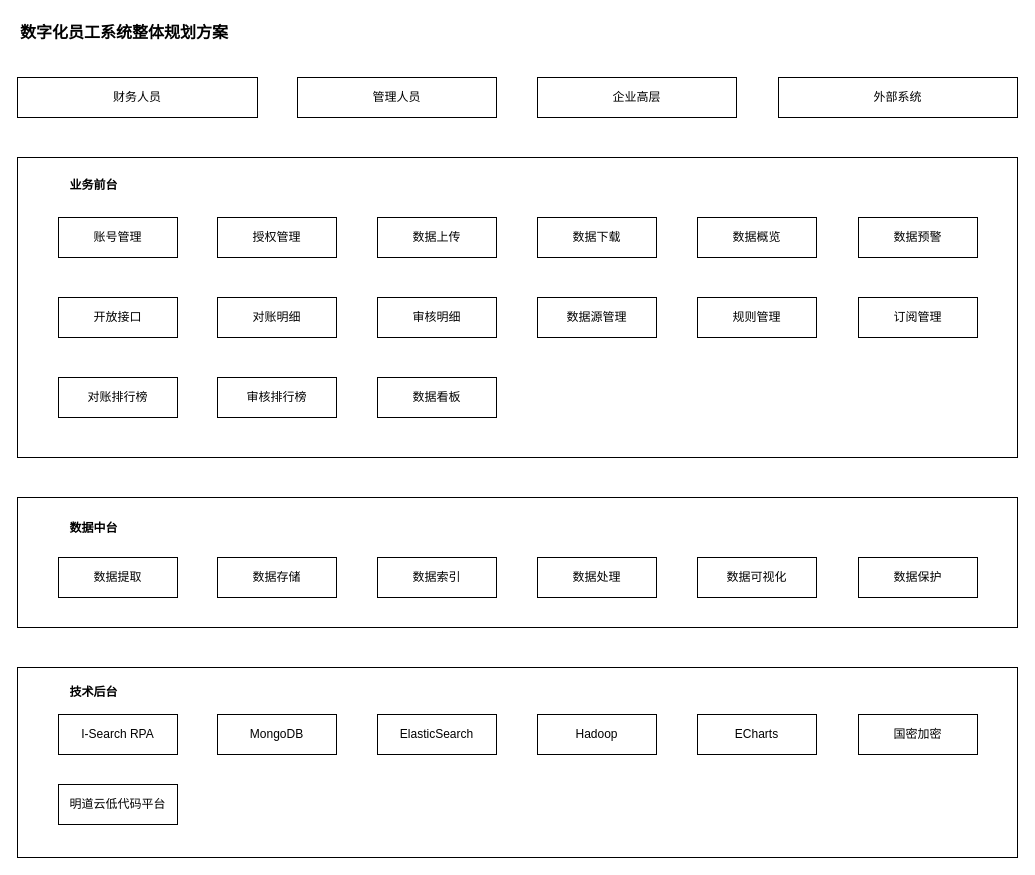
Earlier version of the draw.io diagram src/main/work/cdjh/20231020173211.drawio (ab-doc/draw.io). Source tidied: cells renumbered, new cells numbered last; positions are measured from the earlier drawing's top-left corner, leaving out a move shared by most shapes. Both pictures are drawn from the tidied source at 100%, with x=0, y=0 at pixel (17, 17).
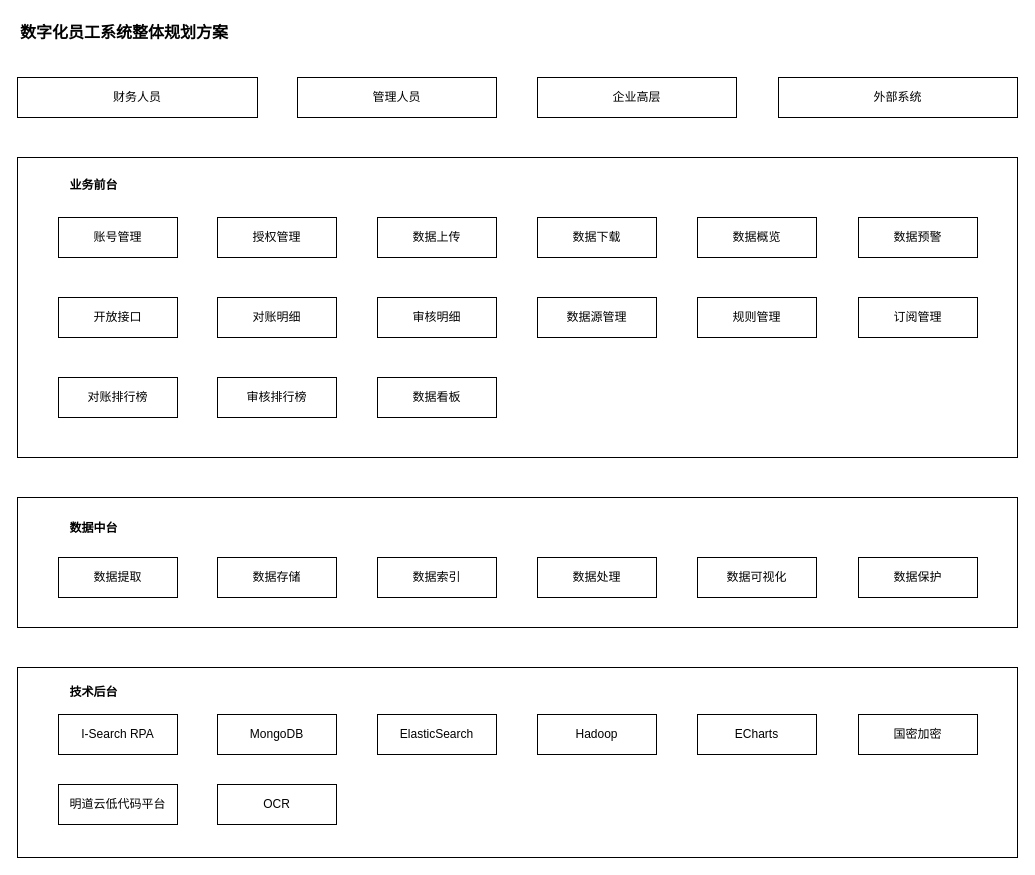
After the change.

Change to the diagram source:
```diff
@@
+    <mxCell id="41" value="OCR" style="whiteSpace=wrap;html=1;" parent="1" vertex="1">
+      <mxGeometry x="200" y="767" width="119" height="40" as="geometry" />
+    </mxCell>
```
